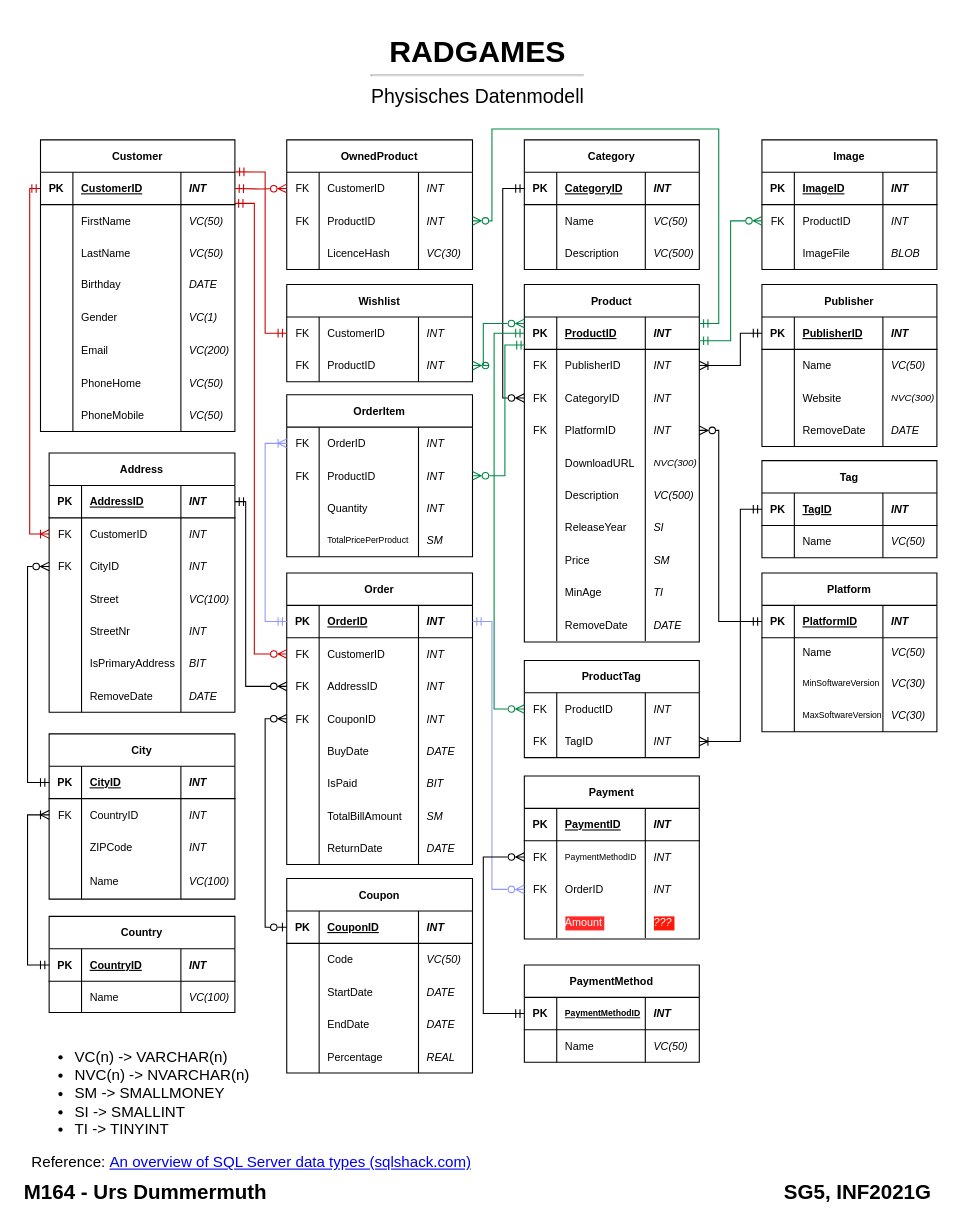
Above: page "Physisch" (3 of 3) of Konzepte/Datenmodell.drawio in TD99/gibb-m164 (draw.io), before the change. Source tidied: cells renumbered, new cells numbered last; positions are measured from the earlier drawing's top-left corner, leaving out a move shared by most shapes. Both pictures are drawn from the tidied source at 108%, with x=0, y=0 at pixel (18, 29).
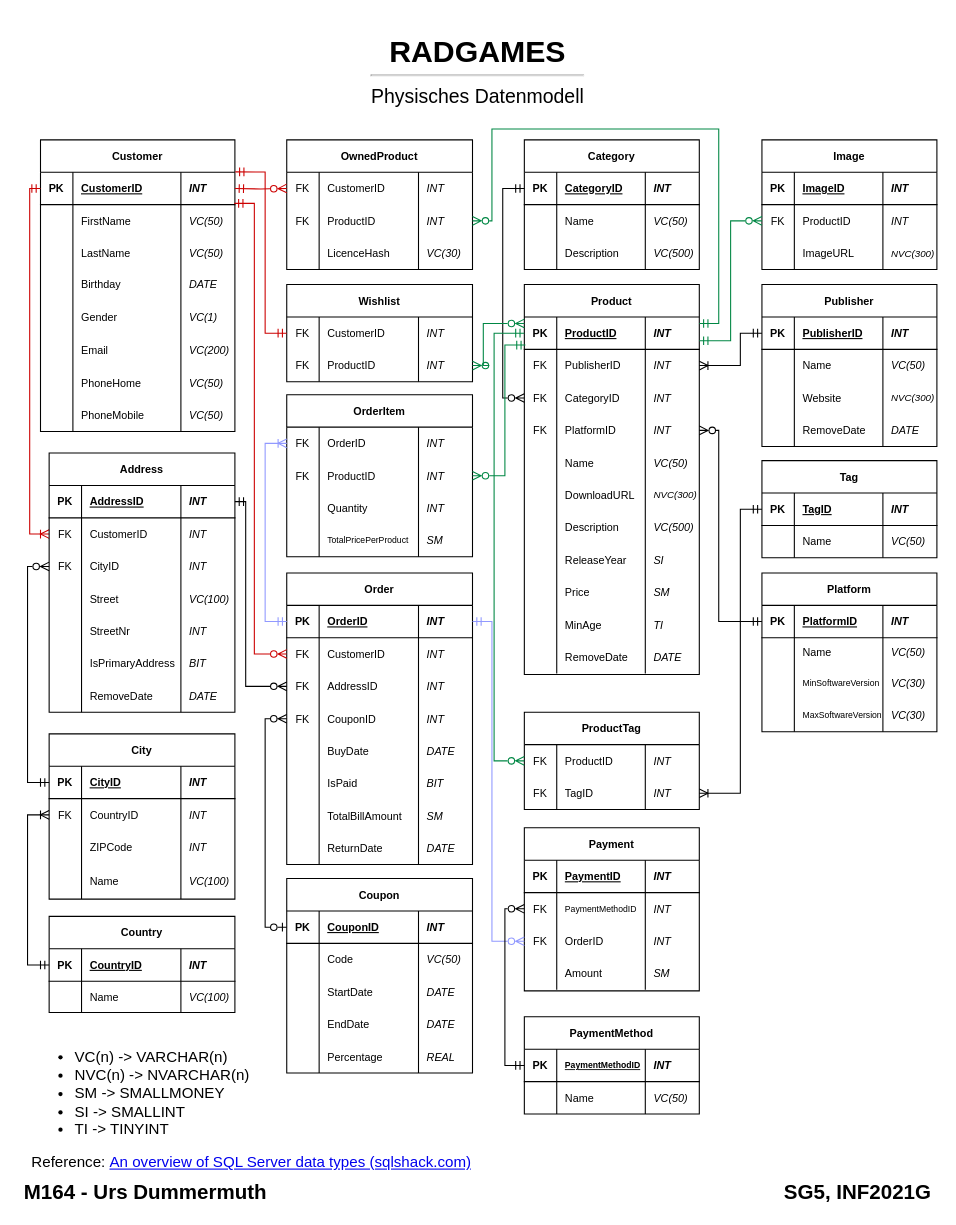
Above is the later version.

Unchanged cells that the change refers to:
```xml
<mxCell id="119" style="shape=tableRow;horizontal=0;startSize=0;swimlaneHead=0;swimlaneBody=0;fillColor=none;points=[[0,0.5],[1,0.5]];portConstraint=eastwest;top=0;left=0;right=0;bottom=1;fontSize=10;" parent="118" vertex="1">
  <mxGeometry y="30" width="172" height="30" as="geometry" />
</mxCell>
<mxCell id="190" style="shape=tableRow;horizontal=0;startSize=0;swimlaneHead=0;swimlaneBody=0;fillColor=none;points=[[0,0.5],[1,0.5]];portConstraint=eastwest;top=0;left=0;right=0;bottom=1;fontSize=10;" parent="189" vertex="1">
  <mxGeometry y="30" width="162" height="30" as="geometry" />
</mxCell>
<mxCell id="233" style="shape=tableRow;horizontal=0;startSize=0;swimlaneHead=0;swimlaneBody=0;fillColor=none;points=[[0,0.5],[1,0.5]];portConstraint=eastwest;top=0;left=0;right=0;bottom=0;fontSize=10;" parent="232" vertex="1">
  <mxGeometry y="30" width="162" height="30" as="geometry" />
</mxCell>
<mxCell id="237" style="shape=tableRow;horizontal=0;startSize=0;swimlaneHead=0;swimlaneBody=0;fillColor=none;points=[[0,0.5],[1,0.5]];portConstraint=eastwest;top=0;left=0;right=0;bottom=0;fontSize=10;" parent="232" vertex="1">
  <mxGeometry y="60" width="162" height="30" as="geometry" />
</mxCell>
<mxCell id="264" style="shape=tableRow;horizontal=0;startSize=0;swimlaneHead=0;swimlaneBody=0;fillColor=none;points=[[0,0.5],[1,0.5]];portConstraint=eastwest;top=0;left=0;right=0;bottom=0;fontSize=10;" parent="259" vertex="1">
  <mxGeometry y="60" width="162" height="30" as="geometry" />
</mxCell>
<mxCell id="268" style="shape=tableRow;horizontal=0;startSize=0;swimlaneHead=0;swimlaneBody=0;fillColor=none;points=[[0,0.5],[1,0.5]];portConstraint=eastwest;top=0;left=0;right=0;bottom=0;fontSize=10;" parent="259" vertex="1">
  <mxGeometry y="90" width="162" height="30" as="geometry" />
</mxCell>
<mxCell id="272" style="shape=tableRow;horizontal=0;startSize=0;swimlaneHead=0;swimlaneBody=0;fillColor=none;top=0;left=0;right=0;bottom=0;fontSize=10;" parent="259" vertex="1">
  <mxGeometry y="120" width="162" height="30" as="geometry" />
</mxCell>
<mxCell id="277" style="shape=tableRow;horizontal=0;startSize=0;swimlaneHead=0;swimlaneBody=0;fillColor=none;points=[[0,0.5],[1,0.5]];portConstraint=eastwest;top=0;left=0;right=0;bottom=1;fontSize=10;" parent="276" vertex="1">
  <mxGeometry y="30" width="162" height="30" as="geometry" />
</mxCell>
<mxCell id="299" style="shape=tableRow;horizontal=0;startSize=0;swimlaneHead=0;swimlaneBody=0;fillColor=none;top=0;left=0;right=0;bottom=0;fontSize=10;" parent="290" vertex="1">
  <mxGeometry y="90" width="162" height="30" as="geometry" />
</mxCell>
<mxCell id="323" style="shape=tableRow;horizontal=0;startSize=0;swimlaneHead=0;swimlaneBody=0;fillColor=none;points=[[0,0.5],[1,0.5]];portConstraint=eastwest;top=0;left=0;right=0;bottom=1;fontSize=10;" parent="322" vertex="1">
  <mxGeometry y="30" width="162" height="30" as="geometry" />
</mxCell>
```

What changed in the source:
```diff
@@
     <mxCell id="189" value="Product" style="shape=table;startSize=30;childLayout=tableLayout;rowLines=0;fontStyle=1;align=center;fontSize=10;fillColor=none;" parent="1" vertex="1">
-      <mxGeometry x="468" y="236" width="162" height="331" as="geometry" />
+      <mxGeometry x="468" y="236" width="162" height="361" as="geometry" />
     </mxCell>
@@
+    <mxCell id="352" style="shape=tableRow;horizontal=0;startSize=0;swimlaneHead=0;swimlaneBody=0;fillColor=none;top=0;left=0;right=0;bottom=0;fontSize=10;" parent="189" vertex="1">
+      <mxGeometry y="150" width="162" height="30" as="geometry" />
+    </mxCell>
+    <mxCell id="353" style="shape=partialRectangle;fillColor=none;top=0;left=0;bottom=0;right=0;overflow=hidden;fontSize=10;" parent="352" vertex="1">
+      <mxGeometry width="30" height="30" as="geometry" />
+    </mxCell>
+    <mxCell id="354" value="Name" style="shape=partialRectangle;fillColor=none;top=0;left=0;bottom=0;right=0;align=left;spacingLeft=6;overflow=hidden;fontSize=10;" parent="352" vertex="1">
+      <mxGeometry x="30" width="82" height="30" as="geometry" />
+    </mxCell>
+    <mxCell id="355" value="VC(50)" style="shape=partialRectangle;fillColor=none;top=0;left=0;bottom=0;right=0;align=left;spacingLeft=6;overflow=hidden;fontSize=10;fontStyle=2;" parent="352" vertex="1">
+      <mxGeometry x="112" width="50" height="30" as="geometry" />
+    </mxCell>
     <mxCell id="206" style="shape=tableRow;horizontal=0;startSize=0;swimlaneHead=0;swimlaneBody=0;fillColor=none;top=0;left=0;right=0;bottom=0;fontSize=10;" parent="189" vertex="1">
-      <mxGeometry y="150" width="162" height="30" as="geometry" />
+      <mxGeometry y="180" width="162" height="30" as="geometry" />
     </mxCell>
@@
     <mxCell id="210" style="shape=tableRow;horizontal=0;startSize=0;swimlaneHead=0;swimlaneBody=0;fillColor=none;top=0;left=0;right=0;bottom=0;fontSize=10;" parent="189" vertex="1">
-      <mxGeometry y="180" width="162" height="30" as="geometry" />
+      <mxGeometry y="210" width="162" height="30" as="geometry" />
     </mxCell>
@@
     <mxCell id="214" style="shape=tableRow;horizontal=0;startSize=0;swimlaneHead=0;swimlaneBody=0;fillColor=none;top=0;left=0;right=0;bottom=0;fontSize=10;" parent="189" vertex="1">
-      <mxGeometry y="210" width="162" height="30" as="geometry" />
+      <mxGeometry y="240" width="162" height="30" as="geometry" />
     </mxCell>
@@
     <mxCell id="218" style="shape=tableRow;horizontal=0;startSize=0;swimlaneHead=0;swimlaneBody=0;fillColor=none;top=0;left=0;right=0;bottom=0;fontSize=10;" parent="189" vertex="1">
-      <mxGeometry y="240" width="162" height="30" as="geometry" />
+      <mxGeometry y="270" width="162" height="30" as="geometry" />
     </mxCell>
@@
     <mxCell id="222" style="shape=tableRow;horizontal=0;startSize=0;swimlaneHead=0;swimlaneBody=0;fillColor=none;top=0;left=0;right=0;bottom=0;fontSize=10;" parent="189" vertex="1">
-      <mxGeometry y="270" width="162" height="30" as="geometry" />
+      <mxGeometry y="300" width="162" height="30" as="geometry" />
     </mxCell>
@@
     <mxCell id="226" style="shape=tableRow;horizontal=0;startSize=0;swimlaneHead=0;swimlaneBody=0;fillColor=none;top=0;left=0;right=0;bottom=0;fontSize=10;" parent="189" vertex="1">
-      <mxGeometry y="300" width="162" height="30" as="geometry" />
+      <mxGeometry y="330" width="162" height="30" as="geometry" />
     </mxCell>
@@
     <mxCell id="232" value="ProductTag" style="shape=table;startSize=30;childLayout=tableLayout;rowLines=0;fontStyle=1;align=center;fontSize=10;fillColor=none;" parent="1" vertex="1">
-      <mxGeometry x="468" y="584" width="162" height="90" as="geometry" />
+      <mxGeometry x="468" y="632" width="162" height="90" as="geometry" />
     </mxCell>
@@
     <mxCell id="259" value="Payment" style="shape=table;startSize=30;childLayout=tableLayout;rowLines=0;fontStyle=1;align=center;fontSize=10;fillColor=none;" parent="1" vertex="1">
-      <mxGeometry x="468" y="691" width="162" height="151" as="geometry" />
+      <mxGeometry x="468" y="739" width="162" height="151" as="geometry" />
     </mxCell>
@@
-    <mxCell id="274" value="Amount" style="shape=partialRectangle;fillColor=none;top=0;left=0;bottom=0;right=0;align=left;spacingLeft=6;overflow=hidden;fontSize=10;labelBackgroundColor=#FF2929;fontColor=#FEFFFC;" parent="272" vertex="1">
+    <mxCell id="274" value="Amount" style="shape=partialRectangle;fillColor=none;top=0;left=0;bottom=0;right=0;align=left;spacingLeft=6;overflow=hidden;fontSize=10;labelBackgroundColor=none;fontColor=#000000;strokeColor=default;" parent="272" vertex="1">
       <mxGeometry x="30" width="82" height="30" as="geometry" />
     </mxCell>
-    <mxCell id="275" value="???" style="shape=partialRectangle;fillColor=none;top=0;left=0;bottom=0;right=0;align=left;spacingLeft=6;overflow=hidden;fontSize=10;fontStyle=2;labelBackgroundColor=#FF1808;fontColor=#FEFFFC;" parent="272" vertex="1">
+    <mxCell id="275" value="SM" style="shape=partialRectangle;fillColor=none;top=0;left=0;bottom=0;right=0;align=left;spacingLeft=6;overflow=hidden;fontSize=10;fontStyle=2;labelBackgroundColor=none;fontColor=#000000;" parent="272" vertex="1">
       <mxGeometry x="112" width="50" height="30" as="geometry" />
     </mxCell>
     <mxCell id="276" value="PaymentMethod" style="shape=table;startSize=30;childLayout=tableLayout;rowLines=0;fontStyle=1;align=center;fontSize=10;fillColor=none;" parent="1" vertex="1">
-      <mxGeometry x="468" y="866" width="162" height="90" as="geometry" />
+      <mxGeometry x="468" y="914" width="162" height="90" as="geometry" />
     </mxCell>
@@
     <mxCell id="287" style="rounded=0;jettySize=auto;html=1;startArrow=ERzeroToMany;startFill=0;endArrow=ERmandOne;endFill=0;exitX=0;exitY=0.5;exitDx=0;exitDy=0;entryX=0;entryY=0.5;entryDx=0;entryDy=0;edgeStyle=orthogonalEdgeStyle;strokeColor=#008744;" parent="1" edge="1" source="233" target="190">
       <mxGeometry relative="1" as="geometry">
         <Array as="points">
-          <mxPoint x="440" y="629" />
+          <mxPoint x="440" y="677" />
           <mxPoint x="440" y="281" />
         </Array>
       </mxGeometry>
     </mxCell>
     <mxCell id="288" style="edgeStyle=orthogonalEdgeStyle;rounded=0;jettySize=auto;html=1;entryX=1;entryY=0.5;entryDx=0;entryDy=0;startArrow=ERzeroToMany;startFill=0;endArrow=ERmandOne;endFill=0;exitX=0;exitY=0.5;exitDx=0;exitDy=0;strokeColor=#9199FF;" parent="1" edge="1" source="268" target="119">
       <mxGeometry relative="1" as="geometry">
         <Array as="points">
-          <mxPoint x="438" y="796" />
+          <mxPoint x="438" y="844" />
           <mxPoint x="438" y="548" />
         </Array>
       </mxGeometry>
     </mxCell>
     <mxCell id="289" style="edgeStyle=orthogonalEdgeStyle;rounded=0;jettySize=auto;html=1;entryX=0;entryY=0.5;entryDx=0;entryDy=0;startArrow=ERzeroToMany;startFill=0;endArrow=ERmandOne;endFill=0;exitX=0;exitY=0.5;exitDx=0;exitDy=0;" parent="1" edge="1" source="264" target="277">
       <mxGeometry relative="1" as="geometry">
         <Array as="points">
-          <mxPoint x="430" y="766" />
-          <mxPoint x="430" y="911" />
+          <mxPoint x="450" y="814" />
+          <mxPoint x="450" y="959" />
         </Array>
       </mxGeometry>
     </mxCell>
@@
-    <mxCell id="301" value="ImageFile" style="shape=partialRectangle;fillColor=none;top=0;left=0;bottom=0;right=0;align=left;spacingLeft=6;overflow=hidden;fontSize=10;" parent="299" vertex="1">
+    <mxCell id="301" value="ImageURL" style="shape=partialRectangle;fillColor=none;top=0;left=0;bottom=0;right=0;align=left;spacingLeft=6;overflow=hidden;fontSize=10;" parent="299" vertex="1">
       <mxGeometry x="30" width="82" height="30" as="geometry" />
     </mxCell>
-    <mxCell id="302" value="BLOB" style="shape=partialRectangle;fillColor=none;top=0;left=0;bottom=0;right=0;align=left;spacingLeft=6;overflow=hidden;fontSize=10;fontStyle=2;" parent="299" vertex="1">
+    <mxCell id="302" value="NVC(300)" style="shape=partialRectangle;fillColor=none;top=0;left=0;bottom=0;right=0;align=left;spacingLeft=6;overflow=hidden;fontSize=9;fontStyle=2;" parent="299" vertex="1">
       <mxGeometry x="112" width="50" height="30" as="geometry" />
     </mxCell>
@@
     <mxCell id="348" style="rounded=0;jettySize=auto;html=1;startArrow=ERmandOne;startFill=0;endArrow=ERoneToMany;endFill=0;exitX=0;exitY=0.5;exitDx=0;exitDy=0;entryX=1;entryY=0.5;entryDx=0;entryDy=0;edgeStyle=orthogonalEdgeStyle;" parent="1" edge="1" source="323" target="237">
       <mxGeometry relative="1" as="geometry">
         <Array as="points">
           <mxPoint x="668" y="444" />
-          <mxPoint x="668" y="659" />
+          <mxPoint x="668" y="707" />
         </Array>
       </mxGeometry>
     </mxCell>
```
